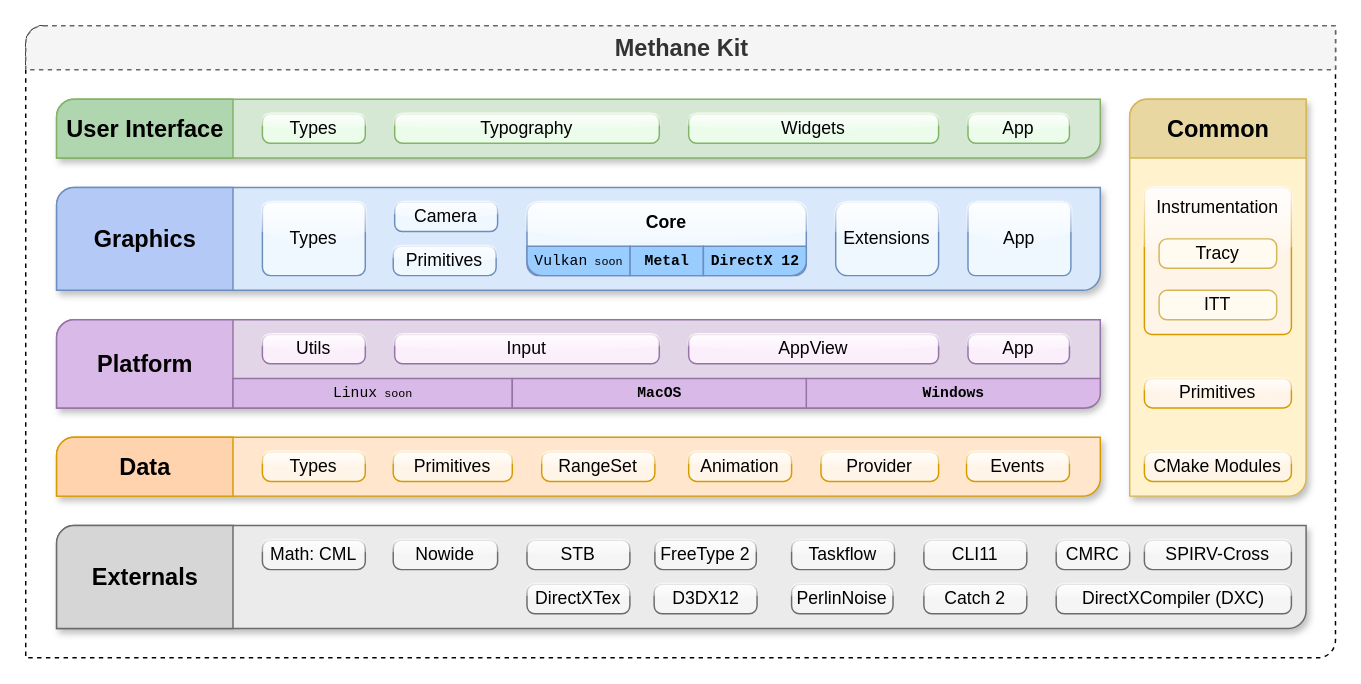
Before: Docs/Diagrams/MethaneKit_HighLevel_Architecture.drawio in MethanePowered/MethaneKit, a draw.io diagram. Source tidied: cells renumbered, new cells numbered last; positions are measured from the earlier drawing's top-left corner, leaving out a move shared by most shapes. Both pictures are drawn from the tidied source at 147%, with x=0, y=0 at pixel (25, 25).
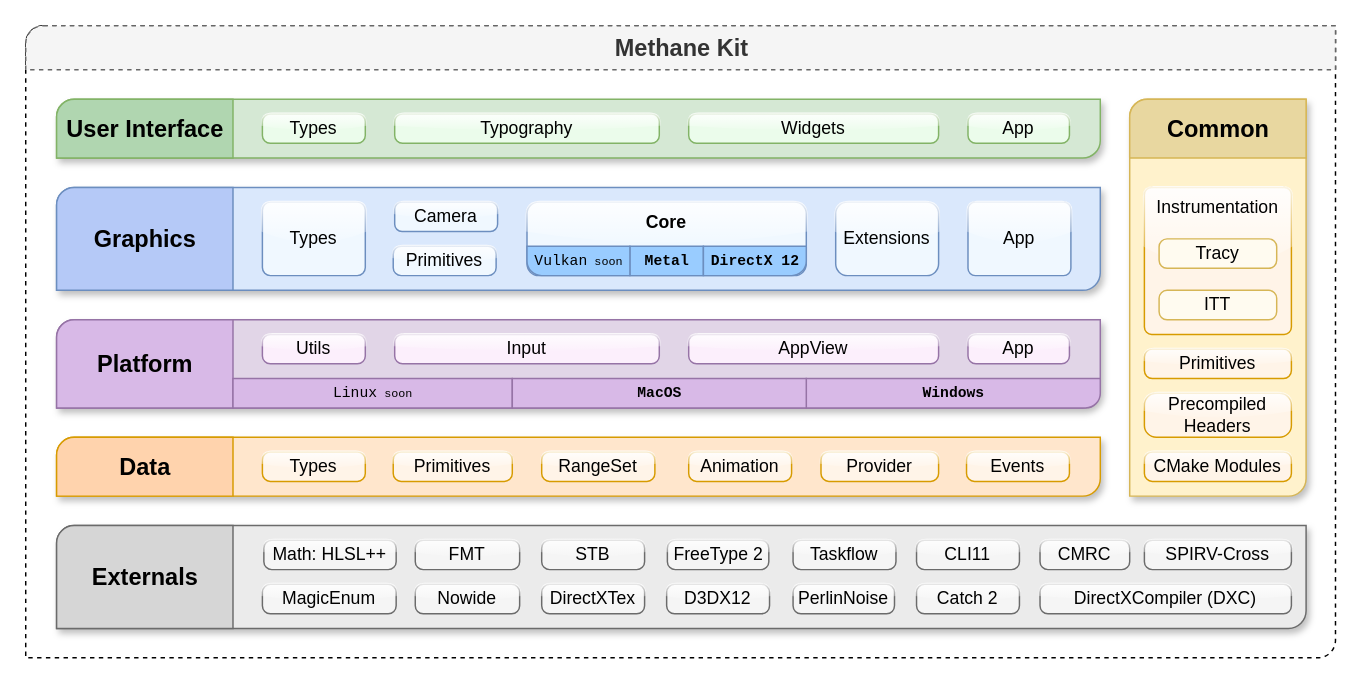
Above is the later version.

Commit message (it also covers changes not shown here):
Update high-level architecture diagram

What changed in the source:
```diff
@@
-    <mxCell id="36" value="Primitives" style="rounded=1;whiteSpace=wrap;html=1;strokeColor=#d79b00;arcSize=27;fillColor=#FFF4E8;glass=1;shadow=0;" parent="1" vertex="1">
-      <mxGeometry x="761" y="240" width="100" height="20" as="geometry" />
+    <mxCell id="36" value="Precompiled Headers" style="rounded=1;whiteSpace=wrap;html=1;strokeColor=#d79b00;arcSize=27;fillColor=#FFF4E8;glass=1;shadow=0;" parent="1" vertex="1">
+      <mxGeometry x="761" y="250" width="100" height="30" as="geometry" />
     </mxCell>
@@
-    <mxCell id="40" value="Math: CML" style="rounded=1;whiteSpace=wrap;html=1;arcSize=27;glass=1;shadow=0;fillColor=#F5F5F5;strokeColor=#6B6B6B;" parent="1" vertex="1">
-      <mxGeometry x="161" y="350" width="70" height="20" as="geometry" />
+    <mxCell id="40" value="Math: HLSL++" style="rounded=1;whiteSpace=wrap;html=1;arcSize=27;glass=1;shadow=0;fillColor=#F5F5F5;strokeColor=#6B6B6B;" parent="1" vertex="1">
+      <mxGeometry x="162" y="350" width="90" height="20" as="geometry" />
     </mxCell>
     <mxCell id="41" value="CLI11" style="rounded=1;whiteSpace=wrap;html=1;arcSize=27;glass=1;shadow=0;fillColor=#F5F5F5;strokeColor=#6B6B6B;" parent="1" vertex="1">
-      <mxGeometry x="611" y="350" width="70" height="20" as="geometry" />
+      <mxGeometry x="606" y="350" width="70" height="20" as="geometry" />
     </mxCell>
-    <mxCell id="42" value="Nowide" style="rounded=1;whiteSpace=wrap;html=1;arcSize=27;glass=1;shadow=0;fillColor=#F5F5F5;strokeColor=#6B6B6B;" parent="1" vertex="1">
-      <mxGeometry x="250" y="350" width="71" height="20" as="geometry" />
+    <mxCell id="42" value="FMT" style="rounded=1;whiteSpace=wrap;html=1;arcSize=27;glass=1;shadow=0;fillColor=#F5F5F5;strokeColor=#6B6B6B;" parent="1" vertex="1">
+      <mxGeometry x="265" y="350" width="71" height="20" as="geometry" />
     </mxCell>
     <mxCell id="43" value="DirectXCompiler (DXC)" style="rounded=1;whiteSpace=wrap;html=1;arcSize=27;glass=1;shadow=0;fillColor=#F5F5F5;strokeColor=#6B6B6B;fontSize=12;" parent="1" vertex="1">
-      <mxGeometry x="701" y="380" width="160" height="20" as="geometry" />
+      <mxGeometry x="690" y="380" width="171" height="20" as="geometry" />
     </mxCell>
     <mxCell id="44" value="DirectXTex" style="rounded=1;whiteSpace=wrap;html=1;arcSize=27;glass=1;shadow=0;fillColor=#F5F5F5;strokeColor=#6B6B6B;" parent="1" vertex="1">
-      <mxGeometry x="341" y="380" width="70" height="20" as="geometry" />
+      <mxGeometry x="351" y="380" width="70" height="20" as="geometry" />
     </mxCell>
     <mxCell id="45" value="CMRC" style="rounded=1;whiteSpace=wrap;html=1;arcSize=27;glass=1;shadow=0;fillColor=#F5F5F5;strokeColor=#6B6B6B;" parent="1" vertex="1">
-      <mxGeometry x="701" y="350" width="50" height="20" as="geometry" />
+      <mxGeometry x="690" y="350" width="61" height="20" as="geometry" />
     </mxCell>
     <mxCell id="46" value="FreeType 2" style="rounded=1;whiteSpace=wrap;html=1;arcSize=27;glass=1;shadow=0;fillColor=#F5F5F5;strokeColor=#6B6B6B;" parent="1" vertex="1">
-      <mxGeometry x="428" y="350" width="69" height="20" as="geometry" />
+      <mxGeometry x="436.5" y="350" width="69" height="20" as="geometry" />
     </mxCell>
     <mxCell id="47" value="Taskflow" style="rounded=1;whiteSpace=wrap;html=1;arcSize=27;glass=1;shadow=0;fillColor=#F5F5F5;strokeColor=#6B6B6B;" parent="1" vertex="1">
-      <mxGeometry x="521" y="350" width="70" height="20" as="geometry" />
+      <mxGeometry x="522" y="350" width="70" height="20" as="geometry" />
     </mxCell>
@@
     <mxCell id="49" value="STB" style="rounded=1;whiteSpace=wrap;html=1;arcSize=27;glass=1;shadow=0;fillColor=#F5F5F5;strokeColor=#6B6B6B;" parent="1" vertex="1">
-      <mxGeometry x="341" y="350" width="70" height="20" as="geometry" />
+      <mxGeometry x="351" y="350" width="70" height="20" as="geometry" />
     </mxCell>
     <mxCell id="50" value="Catch 2" style="rounded=1;whiteSpace=wrap;html=1;arcSize=27;glass=1;shadow=0;fillColor=#F5F5F5;strokeColor=#6B6B6B;" parent="1" vertex="1">
-      <mxGeometry x="611" y="380" width="70" height="20" as="geometry" />
+      <mxGeometry x="606" y="380" width="70" height="20" as="geometry" />
     </mxCell>
     <mxCell id="51" value="PerlinNoise" style="rounded=1;whiteSpace=wrap;html=1;arcSize=27;glass=1;shadow=0;fillColor=#F5F5F5;strokeColor=#6B6B6B;" parent="1" vertex="1">
-      <mxGeometry x="521" y="380" width="69" height="20" as="geometry" />
+      <mxGeometry x="522" y="380" width="69" height="20" as="geometry" />
     </mxCell>
     <mxCell id="52" value="D3DX12" style="rounded=1;whiteSpace=wrap;html=1;arcSize=27;glass=1;shadow=0;fillColor=#F5F5F5;strokeColor=#6B6B6B;" parent="1" vertex="1">
-      <mxGeometry x="427.5" y="380" width="70" height="20" as="geometry" />
+      <mxGeometry x="436" y="380" width="70" height="20" as="geometry" />
     </mxCell>
@@
+    <mxCell id="61" value="Nowide" style="rounded=1;whiteSpace=wrap;html=1;arcSize=27;glass=1;shadow=0;fillColor=#F5F5F5;strokeColor=#6B6B6B;" parent="1" vertex="1">
+      <mxGeometry x="265" y="380" width="71" height="20" as="geometry" />
+    </mxCell>
+    <mxCell id="62" value="MagicEnum" style="rounded=1;whiteSpace=wrap;html=1;arcSize=27;glass=1;shadow=0;fillColor=#F5F5F5;strokeColor=#6B6B6B;" parent="1" vertex="1">
+      <mxGeometry x="161" y="380" width="91" height="20" as="geometry" />
+    </mxCell>
+    <mxCell id="63" value="Primitives" style="rounded=1;whiteSpace=wrap;html=1;strokeColor=#d79b00;arcSize=27;fillColor=#FFF4E8;glass=1;shadow=0;" parent="1" vertex="1">
+      <mxGeometry x="761" y="220" width="100" height="20" as="geometry" />
+    </mxCell>
```
